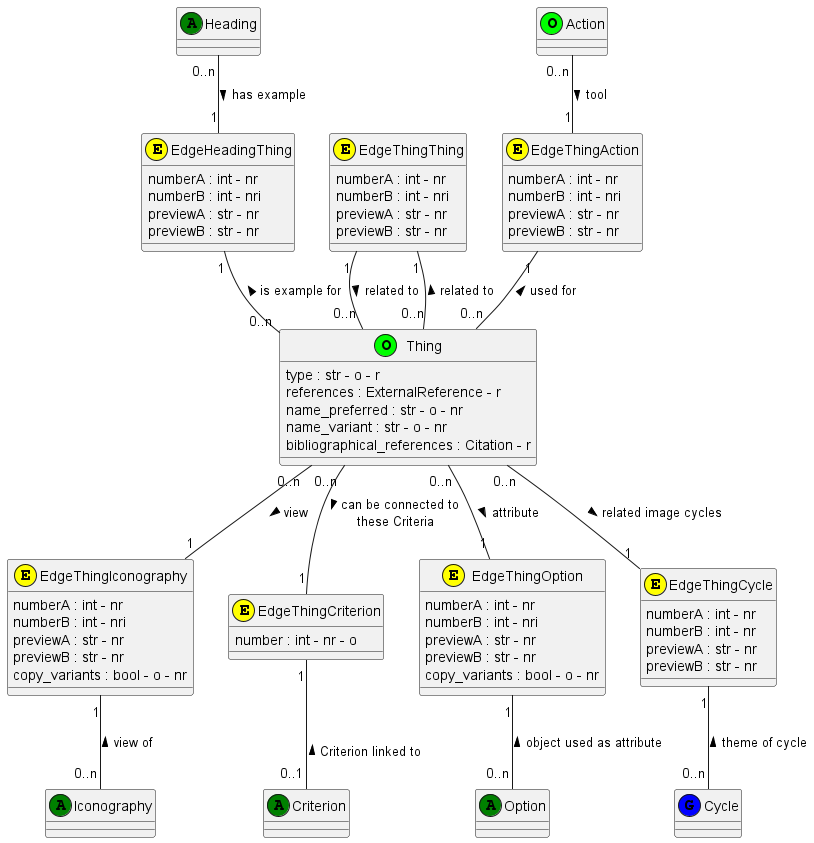
This is documentation/class_diagrams/Thing.png from tmasch/bpf_be, a PlantUML export, as it was before one commit.
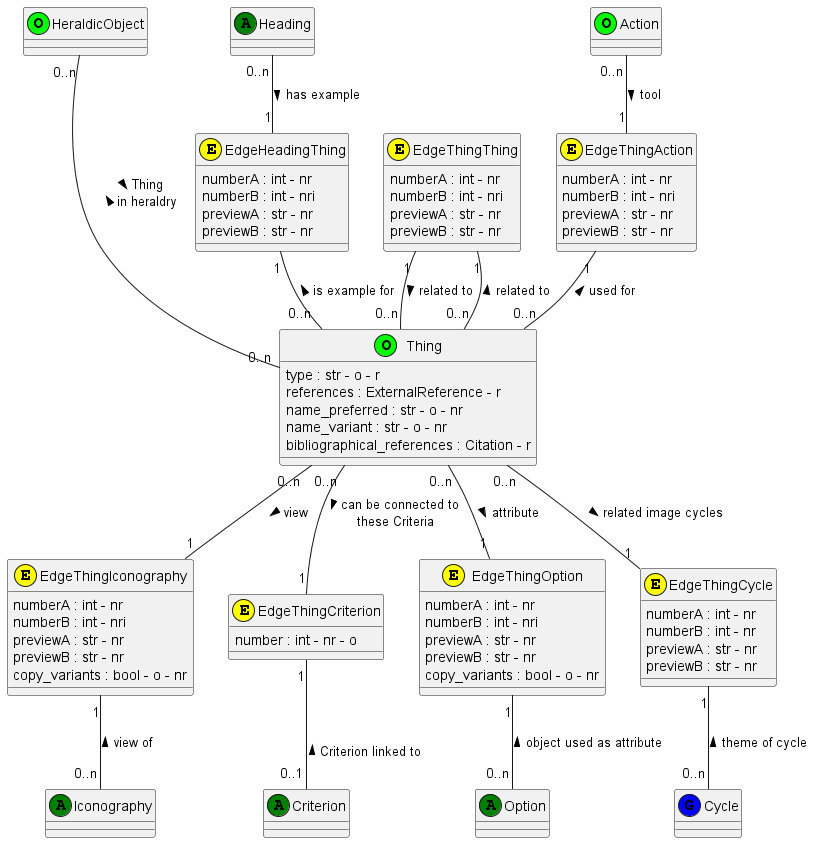
The same diagram one commit later.

Change to the diagram source:
```diff
@@ -18,6 +18,8 @@
 class Option <<(A,green)>>
 
 class Cycle <<(G,blue)>>
+
+class HeraldicObject <<(O,lime)>>
 
 class EdgeHeadingThing <<(E,yellow)>>
 EdgeHeadingThing : numberA : int - nr
@@ -82,6 +84,7 @@
 Thing "0..n" -- "1" EdgeThingCycle : related image cycles >
 EdgeThingCycle "1" -- "0..n" Cycle : theme of cycle <
 
+HeraldicObject "0..n" --- "0..n" Thing: > Thing \n in heraldry <
 
 
 @enduml
```
